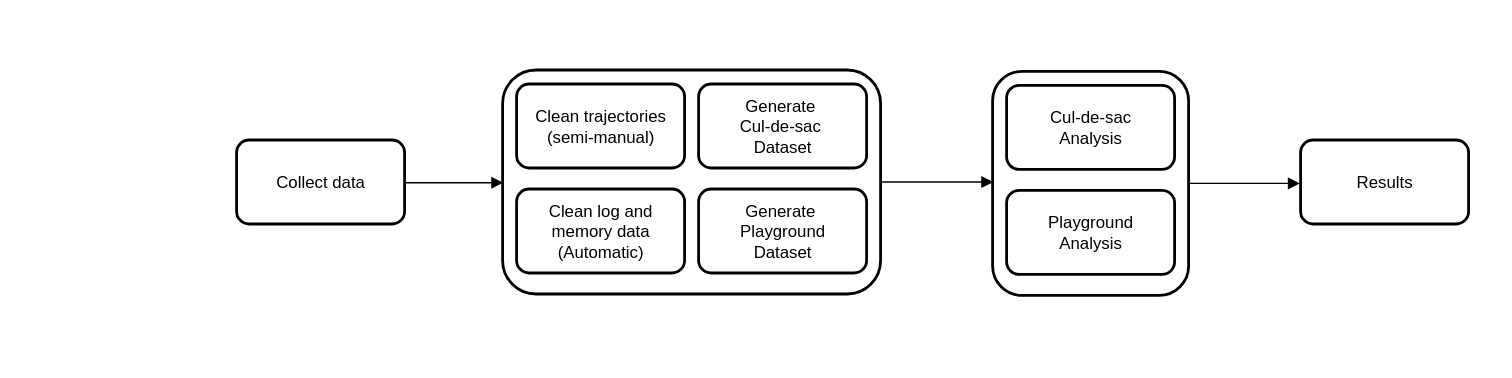
berndporr/real_time_robot_model_checking keeps this draw.io diagram as analysis/analysis.svg. Above is the earlier version. Source tidied: cells renumbered, new cells last; positions are measured from the earlier drawing's top-left corner, leaving out a move shared by most shapes.
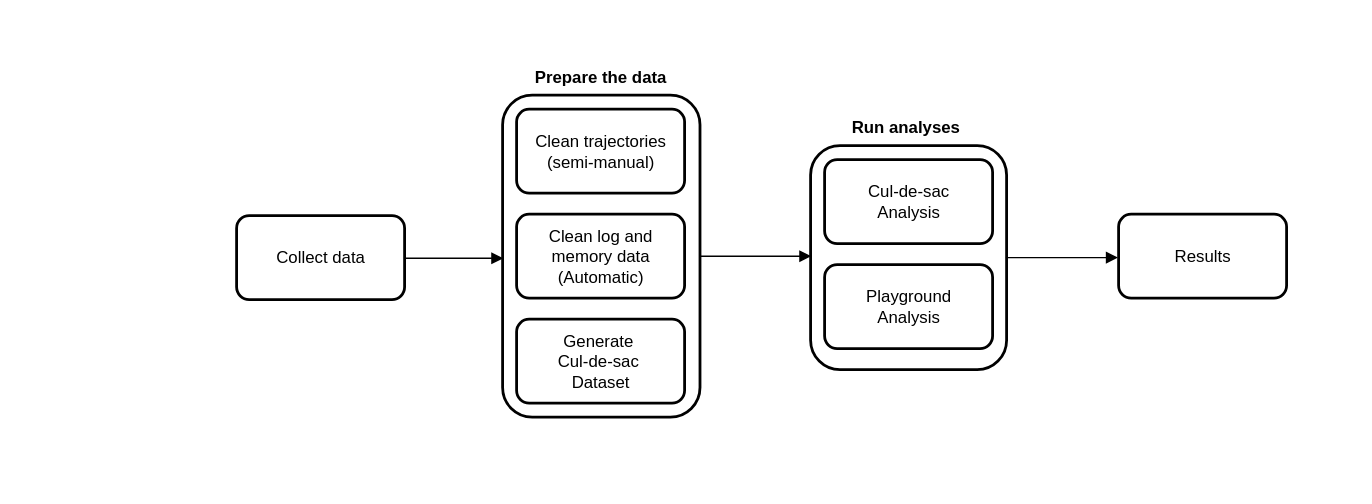
Later version of the same file.

The edit, as a diff of the source:
```diff
@@ -3,21 +3,21 @@
     <mxCell id="0" />
     <mxCell id="1" parent="0" />
     <mxCell id="2" style="rounded=0;whiteSpace=wrap;html=1;strokeColor=none;" parent="1" vertex="1">
-      <mxGeometry x="140" width="940" height="270" as="geometry" />
+      <mxGeometry x="120" y="-18" width="860" height="360" as="geometry" />
     </mxCell>
     <mxCell id="3" style="rounded=1;whiteSpace=wrap;html=1;strokeWidth=2;" parent="1" vertex="1">
-      <mxGeometry x="359" y="50" width="270" height="160" as="geometry" />
+      <mxGeometry x="359" y="50" width="141" height="230" as="geometry" />
     </mxCell>
     <mxCell id="4" style="rounded=1;whiteSpace=wrap;html=1;fillColor=none;strokeColor=none;" parent="1" vertex="1">
       <mxGeometry y="130" width="30" height="20" as="geometry" />
     </mxCell>
     <mxCell id="5" style="edgeStyle=orthogonalEdgeStyle;rounded=0;jettySize=auto;html=1;exitX=1;exitY=0.5;exitDx=0;exitDy=0;entryX=0;entryY=0.5;entryDx=0;entryDy=0;endArrow=block;endFill=1;" parent="1" edge="1" source="6">
       <mxGeometry relative="1" as="geometry">
-        <mxPoint x="359" y="130" as="targetPoint" />
+        <mxPoint x="359" y="166" as="targetPoint" />
       </mxGeometry>
     </mxCell>
     <mxCell id="6" value="Collect data" style="rounded=1;whiteSpace=wrap;html=1;strokeWidth=2;" parent="1" vertex="1">
-      <mxGeometry x="169" y="100" width="120" height="60" as="geometry" />
+      <mxGeometry x="169" y="136" width="120" height="60" as="geometry" />
     </mxCell>
     <mxCell id="7" value="Clean trajectories&lt;div&gt;(semi-manual)&lt;/div&gt;" style="rounded=1;whiteSpace=wrap;html=1;strokeWidth=2;" parent="1" vertex="1">
       <mxGeometry x="369" y="60" width="120" height="60" as="geometry" />
@@ -26,34 +26,37 @@
       <mxGeometry x="369" y="135" width="120" height="60" as="geometry" />
     </mxCell>
     <mxCell id="9" value="Generate&amp;nbsp;&lt;div&gt;Cul-de-sac&amp;nbsp;&lt;/div&gt;&lt;div&gt;Dataset&lt;/div&gt;" style="rounded=1;whiteSpace=wrap;html=1;strokeWidth=2;" parent="1" vertex="1">
-      <mxGeometry x="499" y="60" width="120" height="60" as="geometry" />
+      <mxGeometry x="369" y="210" width="120" height="60" as="geometry" />
     </mxCell>
-    <mxCell id="10" value="Generate&amp;nbsp;&lt;div&gt;&lt;span style=&quot;background-color: transparent; color: light-dark(rgb(0, 0, 0), rgb(255, 255, 255));&quot;&gt;Playground&lt;/span&gt;&lt;/div&gt;&lt;div&gt;&lt;span style=&quot;background-color: transparent; color: light-dark(rgb(0, 0, 0), rgb(255, 255, 255));&quot;&gt;Dataset&lt;/span&gt;&lt;/div&gt;" style="rounded=1;whiteSpace=wrap;html=1;strokeWidth=2;" parent="1" vertex="1">
-      <mxGeometry x="499" y="135" width="120" height="60" as="geometry" />
-    </mxCell>
     <mxCell id="11" style="rounded=1;whiteSpace=wrap;html=1;strokeWidth=2;" parent="1" vertex="1">
-      <mxGeometry x="709" y="51" width="140" height="160" as="geometry" />
+      <mxGeometry x="579" y="86" width="140" height="160" as="geometry" />
     </mxCell>
     <mxCell id="12" value="Cul-de-sac&lt;div&gt;Analysis&lt;/div&gt;" style="rounded=1;whiteSpace=wrap;html=1;strokeWidth=2;" parent="1" vertex="1">
-      <mxGeometry x="719" y="61" width="120" height="60" as="geometry" />
+      <mxGeometry x="589" y="96" width="120" height="60" as="geometry" />
     </mxCell>
     <mxCell id="13" value="Playground&lt;div&gt;Analysis&lt;/div&gt;" style="rounded=1;whiteSpace=wrap;html=1;strokeWidth=2;" parent="1" vertex="1">
-      <mxGeometry x="719" y="136" width="120" height="60" as="geometry" />
+      <mxGeometry x="589" y="171" width="120" height="60" as="geometry" />
     </mxCell>
     <mxCell id="14" style="edgeStyle=orthogonalEdgeStyle;rounded=0;orthogonalLoop=1;jettySize=auto;html=1;exitX=1;exitY=0.5;exitDx=0;exitDy=0;entryX=0;entryY=0.5;entryDx=0;entryDy=0;endArrow=block;endFill=1;" parent="1" edge="1">
       <mxGeometry relative="1" as="geometry">
-        <mxPoint x="629" y="129.5" as="sourcePoint" />
-        <mxPoint x="709" y="129.5" as="targetPoint" />
+        <mxPoint x="499" y="164.5" as="sourcePoint" />
+        <mxPoint x="579" y="164.5" as="targetPoint" />
       </mxGeometry>
     </mxCell>
     <mxCell id="15" style="edgeStyle=orthogonalEdgeStyle;rounded=0;orthogonalLoop=1;jettySize=auto;html=1;exitX=1;exitY=0.5;exitDx=0;exitDy=0;entryX=0;entryY=0.5;entryDx=0;entryDy=0;endArrow=block;endFill=1;" parent="1" edge="1">
       <mxGeometry relative="1" as="geometry">
-        <mxPoint x="848" y="130.5" as="sourcePoint" />
-        <mxPoint x="928" y="130.5" as="targetPoint" />
+        <mxPoint x="718" y="165.5" as="sourcePoint" />
+        <mxPoint x="798" y="165.5" as="targetPoint" />
       </mxGeometry>
     </mxCell>
     <mxCell id="16" value="Results" style="rounded=1;whiteSpace=wrap;html=1;strokeWidth=2;" parent="1" vertex="1">
-      <mxGeometry x="929" y="100" width="120" height="60" as="geometry" />
+      <mxGeometry x="799" y="135" width="120" height="60" as="geometry" />
     </mxCell>
+    <mxCell id="17" value="&lt;b&gt;Run analyses&lt;/b&gt;" style="text;html=1;whiteSpace=wrap;strokeColor=none;fillColor=none;align=center;verticalAlign=middle;rounded=0;" parent="1" vertex="1">
+      <mxGeometry x="597" y="58" width="100" height="30" as="geometry" />
+    </mxCell>
+    <mxCell id="18" value="&lt;b&gt;Prepare the data&lt;/b&gt;" style="text;html=1;whiteSpace=wrap;strokeColor=none;fillColor=none;align=center;verticalAlign=middle;rounded=0;" parent="1" vertex="1">
+      <mxGeometry x="379" y="22" width="100" height="30" as="geometry" />
+    </mxCell>
   </root>
 </mxGraphModel>
```
